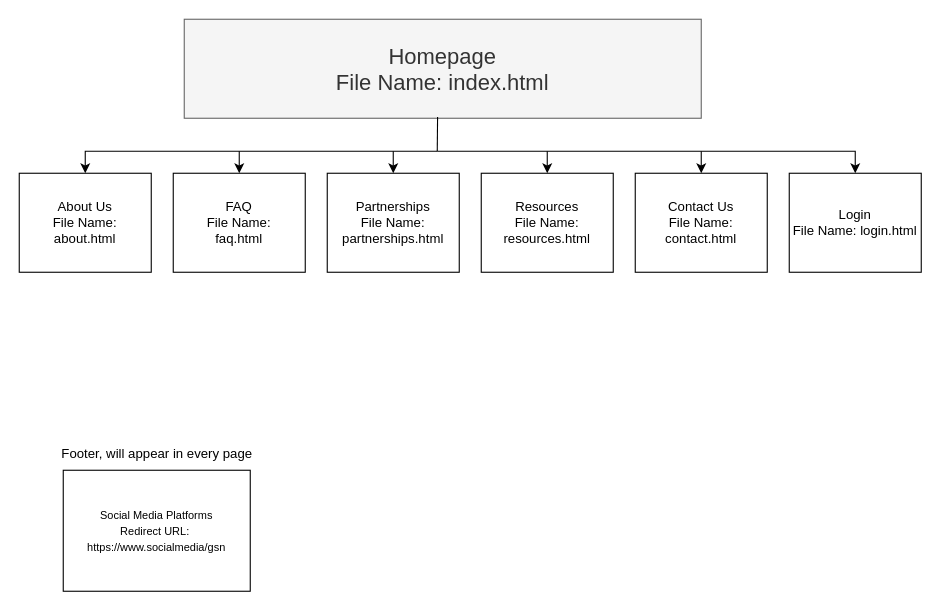
Earlier version of the draw.io diagram global-student-network.drawio (aureliosustaita/global-student-network-1.4). Source tidied: cells renumbered, new cells numbered last; positions are measured from the earlier drawing's top-left corner, leaving out a move shared by most shapes. Both pictures are drawn from the tidied source at 110%, with x=0, y=0 at pixel (19, 19).
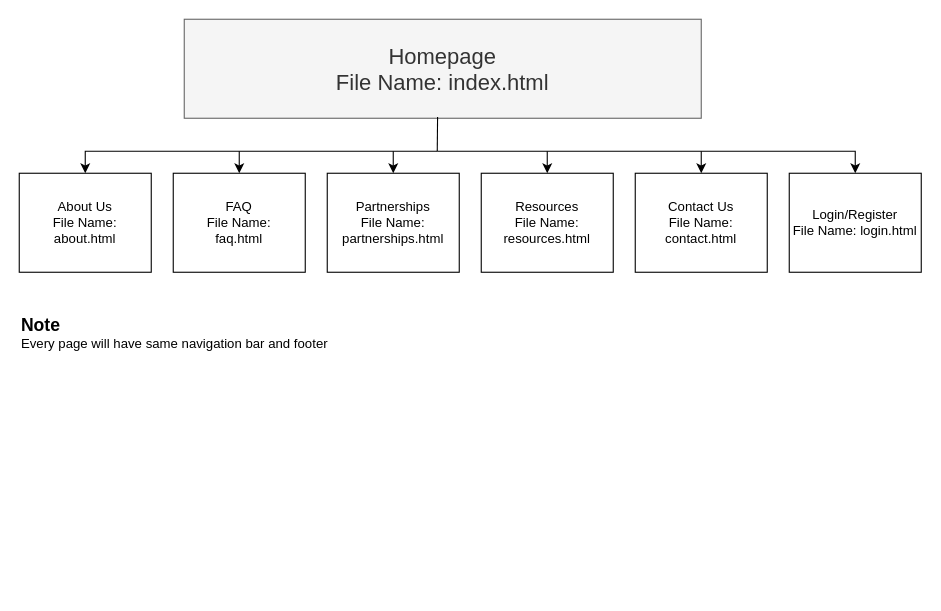
The same page after the edit.

The edit, as a diff of the source:
```diff
@@
-    <mxCell id="8" value="Login&lt;div&gt;File Name: login.html&lt;/div&gt;" style="rounded=0;whiteSpace=wrap;html=1;" parent="1" vertex="1">
+    <mxCell id="8" value="Login/Register&lt;div&gt;File Name: login.html&lt;/div&gt;" style="rounded=0;whiteSpace=wrap;html=1;" parent="1" vertex="1">
       <mxGeometry x="700" y="140" width="120" height="90" as="geometry" />
     </mxCell>
@@
-    <mxCell id="16" value="&lt;span style=&quot;font-size: 10px;&quot;&gt;Social Media Platforms&lt;/span&gt;&lt;br&gt;&lt;div&gt;&lt;span style=&quot;font-size: 10px; background-color: transparent; color: light-dark(rgb(0, 0, 0), rgb(255, 255, 255));&quot;&gt;Redirect URL:&amp;nbsp; https://www.socialmedia/gsn&lt;/span&gt;&lt;/div&gt;" style="rounded=0;whiteSpace=wrap;html=1;" parent="1" vertex="1">
-      <mxGeometry x="40" y="410" width="170" height="110" as="geometry" />
-    </mxCell>
-    <mxCell id="17" value="Footer, will appear in every page" style="text;html=1;align=center;verticalAlign=middle;strokeColor=none;fillColor=none;" parent="1" vertex="1">
-      <mxGeometry x="25" y="380" width="200" height="30" as="geometry" />
+    <mxCell id="17" value="&lt;b&gt;&lt;font style=&quot;font-size: 16px;&quot;&gt;Note&lt;/font&gt;&lt;/b&gt;&lt;div&gt;Every page will have same navigation bar and footer&lt;/div&gt;" style="text;html=1;align=left;verticalAlign=middle;strokeColor=none;fillColor=none;" parent="1" vertex="1">
+      <mxGeometry y="260" width="300" height="50" as="geometry" />
     </mxCell>
```
